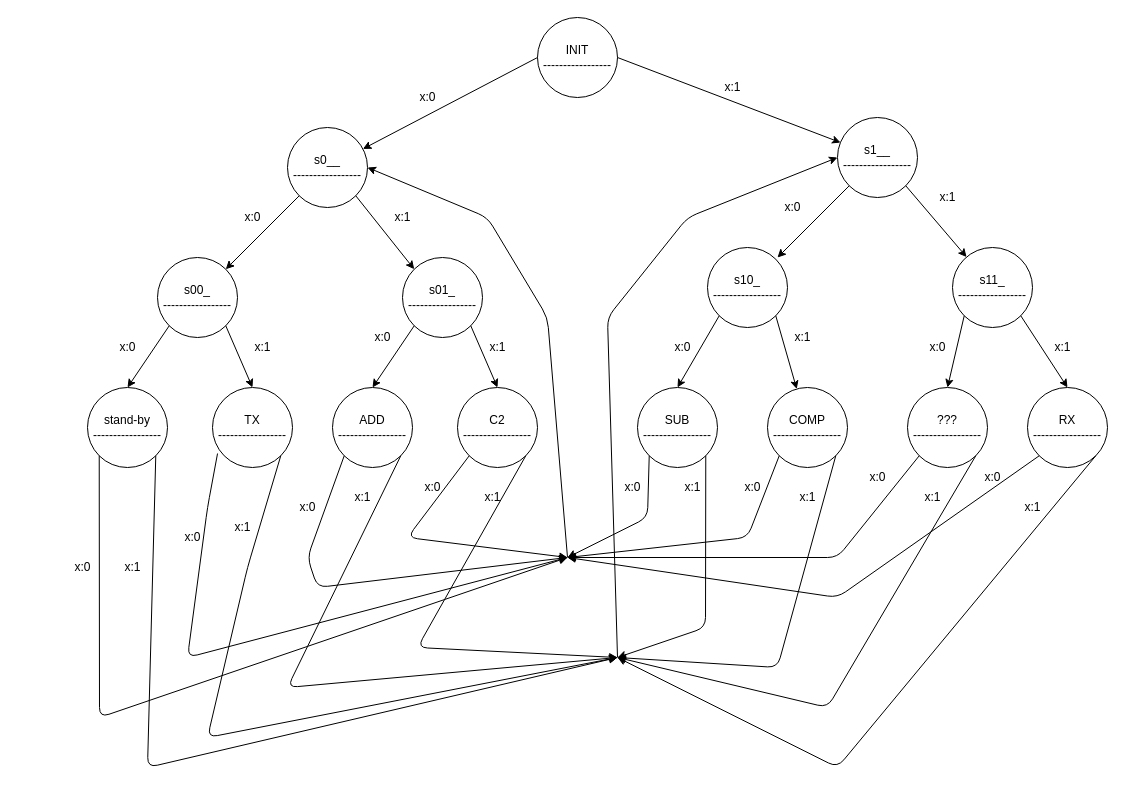
This is docs/fsm.drawio from fdila/Multi-Operation-ALU-VHDL, a draw.io file, before an edit. Source tidied: cells renumbered, new cells numbered last; positions are measured from the earlier drawing's top-left corner, leaving out a move shared by most shapes. Both pictures are drawn from the tidied source at 100%, with x=0, y=0 at pixel (67, 17).
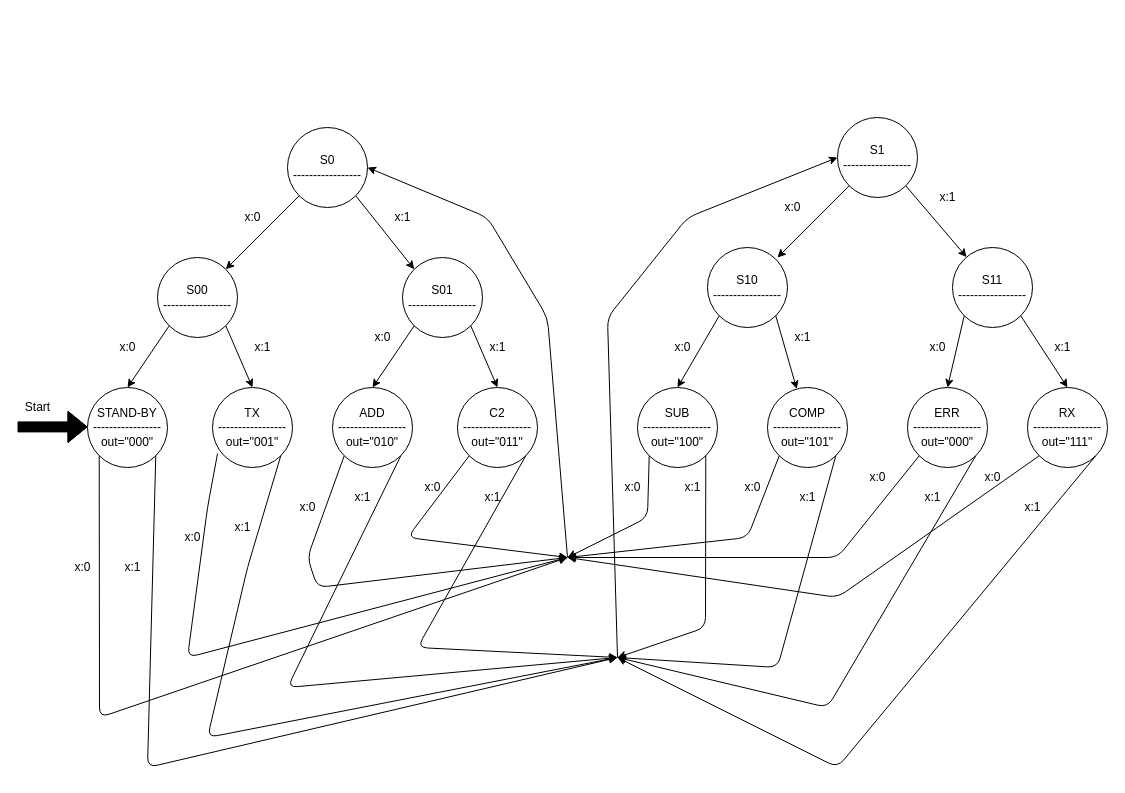
After the change.

Commit message (it also covers changes not shown here):
remove useless state (start was equal to standby)

Diff of the diagram source:
```diff
@@
-    <mxCell id="2" value="INIT&lt;br&gt;-----------------&lt;br&gt;" style="ellipse;whiteSpace=wrap;html=1;" parent="1" vertex="1">
-      <mxGeometry x="470" width="80" height="80" as="geometry" />
-    </mxCell>
-    <mxCell id="3" value="s0__&lt;br&gt;-----------------" style="ellipse;whiteSpace=wrap;html=1;" parent="1" vertex="1">
+    <mxCell id="3" value="S0&lt;br&gt;-----------------" style="ellipse;whiteSpace=wrap;html=1;" parent="1" vertex="1">
       <mxGeometry x="220" y="110" width="80" height="80" as="geometry" />
     </mxCell>
-    <mxCell id="4" value="s00_&lt;br&gt;-----------------" style="ellipse;whiteSpace=wrap;html=1;" parent="1" vertex="1">
+    <mxCell id="4" value="S00&lt;br&gt;-----------------" style="ellipse;whiteSpace=wrap;html=1;" parent="1" vertex="1">
       <mxGeometry x="90" y="240" width="80" height="80" as="geometry" />
     </mxCell>
-    <mxCell id="5" value="s01_&lt;br&gt;-----------------" style="ellipse;whiteSpace=wrap;html=1;" parent="1" vertex="1">
+    <mxCell id="5" value="S01&lt;br&gt;-----------------" style="ellipse;whiteSpace=wrap;html=1;" parent="1" vertex="1">
       <mxGeometry x="335" y="240" width="80" height="80" as="geometry" />
     </mxCell>
-    <mxCell id="6" value="stand-by&lt;br&gt;-----------------" style="ellipse;whiteSpace=wrap;html=1;" parent="1" vertex="1">
+    <mxCell id="6" value="STAND-BY&lt;br&gt;-----------------&lt;br&gt;out=&quot;000&quot;" style="ellipse;whiteSpace=wrap;html=1;" parent="1" vertex="1">
       <mxGeometry x="20" y="370" width="80" height="80" as="geometry" />
     </mxCell>
-    <mxCell id="7" value="TX&lt;br&gt;-----------------" style="ellipse;whiteSpace=wrap;html=1;" parent="1" vertex="1">
+    <mxCell id="7" value="TX&lt;br&gt;-----------------&lt;br&gt;out=''001&quot;" style="ellipse;whiteSpace=wrap;html=1;" parent="1" vertex="1">
       <mxGeometry x="145" y="370" width="80" height="80" as="geometry" />
     </mxCell>
-    <mxCell id="8" value="ADD&lt;br&gt;-----------------" style="ellipse;whiteSpace=wrap;html=1;" parent="1" vertex="1">
+    <mxCell id="8" value="ADD&lt;br&gt;-----------------&lt;br&gt;out=&quot;010&quot;" style="ellipse;whiteSpace=wrap;html=1;" parent="1" vertex="1">
       <mxGeometry x="265" y="370" width="80" height="80" as="geometry" />
     </mxCell>
-    <mxCell id="9" value="C2&lt;br&gt;-----------------" style="ellipse;whiteSpace=wrap;html=1;" parent="1" vertex="1">
+    <mxCell id="9" value="C2&lt;br&gt;-----------------&lt;br&gt;out=&quot;011&quot;" style="ellipse;whiteSpace=wrap;html=1;" parent="1" vertex="1">
       <mxGeometry x="390" y="370" width="80" height="80" as="geometry" />
     </mxCell>
-    <mxCell id="10" value="s1__&lt;br&gt;-----------------" style="ellipse;whiteSpace=wrap;html=1;" parent="1" vertex="1">
+    <mxCell id="10" value="S1&lt;br&gt;-----------------" style="ellipse;whiteSpace=wrap;html=1;" parent="1" vertex="1">
       <mxGeometry x="770" y="100" width="80" height="80" as="geometry" />
     </mxCell>
-    <mxCell id="11" value="s10_&lt;br&gt;-----------------" style="ellipse;whiteSpace=wrap;html=1;" parent="1" vertex="1">
+    <mxCell id="11" value="S10&lt;br&gt;-----------------" style="ellipse;whiteSpace=wrap;html=1;" parent="1" vertex="1">
       <mxGeometry x="640" y="230" width="80" height="80" as="geometry" />
     </mxCell>
-    <mxCell id="12" value="s11_&lt;br&gt;-----------------" style="ellipse;whiteSpace=wrap;html=1;" parent="1" vertex="1">
+    <mxCell id="12" value="S11&lt;br&gt;-----------------" style="ellipse;whiteSpace=wrap;html=1;" parent="1" vertex="1">
       <mxGeometry x="885" y="230" width="80" height="80" as="geometry" />
     </mxCell>
-    <mxCell id="13" value="SUB&lt;br&gt;-----------------" style="ellipse;whiteSpace=wrap;html=1;" parent="1" vertex="1">
+    <mxCell id="13" value="SUB&lt;br&gt;-----------------&lt;br&gt;out=&quot;100&quot;" style="ellipse;whiteSpace=wrap;html=1;" parent="1" vertex="1">
       <mxGeometry x="570" y="370" width="80" height="80" as="geometry" />
     </mxCell>
-    <mxCell id="14" value="COMP&lt;br&gt;-----------------" style="ellipse;whiteSpace=wrap;html=1;" parent="1" vertex="1">
+    <mxCell id="14" value="COMP&lt;br&gt;-----------------&lt;br&gt;out=&quot;101&quot;" style="ellipse;whiteSpace=wrap;html=1;" parent="1" vertex="1">
       <mxGeometry x="700" y="370" width="80" height="80" as="geometry" />
     </mxCell>
-    <mxCell id="15" value="???&lt;br&gt;-----------------" style="ellipse;whiteSpace=wrap;html=1;" parent="1" vertex="1">
+    <mxCell id="15" value="ERR&lt;br&gt;-----------------&lt;br&gt;out=&quot;000&quot;" style="ellipse;whiteSpace=wrap;html=1;" parent="1" vertex="1">
       <mxGeometry x="840" y="370" width="80" height="80" as="geometry" />
     </mxCell>
-    <mxCell id="16" value="RX&lt;br&gt;-----------------" style="ellipse;whiteSpace=wrap;html=1;" parent="1" vertex="1">
+    <mxCell id="16" value="RX&lt;br&gt;-----------------&lt;br&gt;out=&quot;111&quot;" style="ellipse;whiteSpace=wrap;html=1;" parent="1" vertex="1">
       <mxGeometry x="960" y="370" width="80" height="80" as="geometry" />
     </mxCell>
-    <mxCell id="17" style="endArrow=classic;html=1;exitX=0;exitY=0.5;exitDx=0;exitDy=0;" parent="1" edge="1" source="2" target="3">
-      <mxGeometry relative="1" as="geometry" />
-    </mxCell>
-    <mxCell id="18" value="x:0" style="text;html=1;align=center;verticalAlign=middle;strokeColor=none;" parent="1" vertex="1">
-      <mxGeometry x="345" y="70" width="30" height="20" as="geometry" />
-    </mxCell>
-    <mxCell id="19" style="endArrow=classic;html=1;exitX=1;exitY=0.5;exitDx=0;exitDy=0;entryX=0.038;entryY=0.313;entryDx=0;entryDy=0;entryPerimeter=0;" parent="1" edge="1" source="2" target="10">
-      <mxGeometry relative="1" as="geometry" />
-    </mxCell>
-    <mxCell id="20" value="x:1" style="text;html=1;align=center;verticalAlign=middle;strokeColor=none;" parent="1" vertex="1">
-      <mxGeometry x="650" y="60" width="30" height="20" as="geometry" />
-    </mxCell>
@@
+    <mxCell id="79" style="shape=flexArrow;endArrow=classic;html=1;fillColor=#000000;" parent="1" edge="1">
+      <mxGeometry relative="1" as="geometry">
+        <mxPoint x="-50" y="409.4" as="sourcePoint" />
+        <mxPoint x="20" y="409.4" as="targetPoint" />
+        <Array as="points">
+          <mxPoint x="-20" y="409.4" />
+        </Array>
+      </mxGeometry>
+    </mxCell>
+    <mxCell id="80" value="Start" style="text;html=1;align=center;verticalAlign=middle;strokeColor=none;" parent="1" vertex="1">
+      <mxGeometry x="-50" y="380" width="40" height="20" as="geometry" />
+    </mxCell>
```
